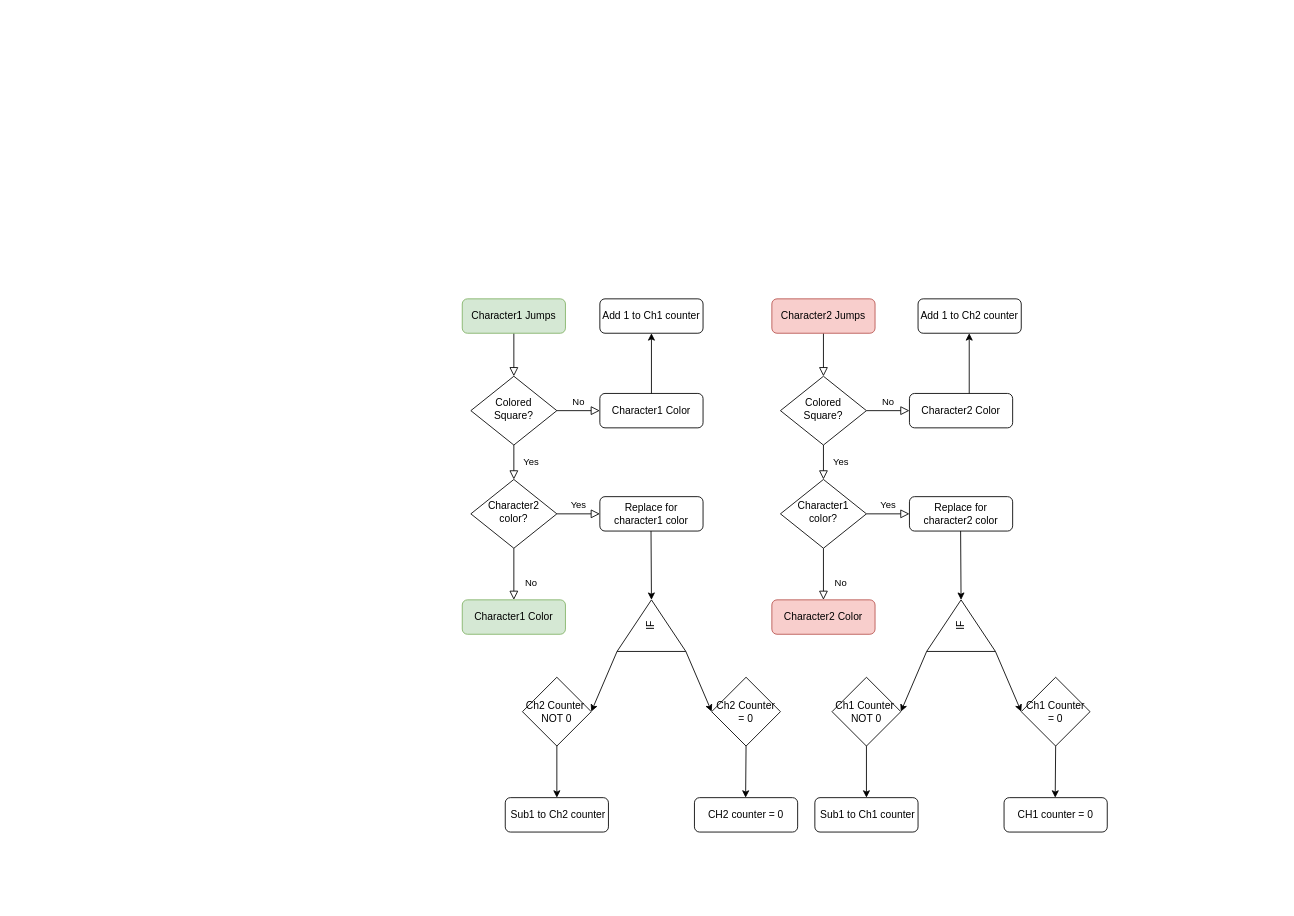
Above: Documentacao/Fluxograma.drawio in VanessaRieven/UnityPersonalProjects (draw.io), before the change. Source tidied: cells renumbered, new cells numbered last; positions are measured from the earlier drawing's top-left corner, leaving out a move shared by most shapes. Both pictures are drawn from the tidied source at 86%, with x=0, y=0 at pixel (462, 298).
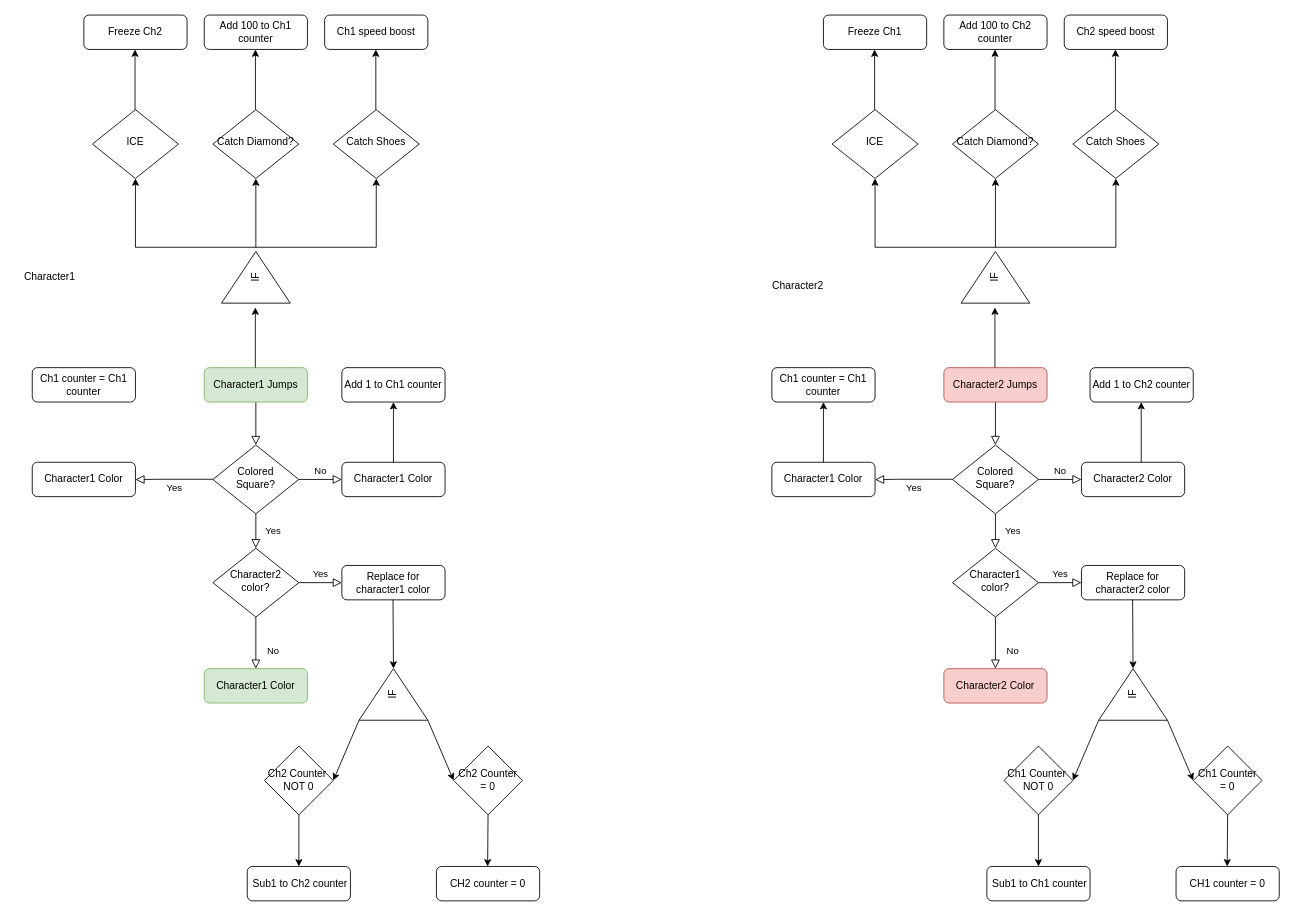
The same page after the edit.

Change to the diagram source:
```diff
@@
     <mxCell id="3" value="Character1 Jumps" style="rounded=1;whiteSpace=wrap;html=1;fontSize=12;glass=0;strokeWidth=1;shadow=0;fillColor=#d5e8d4;strokeColor=#82b366;" parent="1" vertex="1">
-      <mxGeometry width="120" height="40" as="geometry" />
+      <mxGeometry x="-300" y="80" width="120" height="40" as="geometry" />
     </mxCell>
@@
     <mxCell id="6" value="Colored Square?" style="rhombus;whiteSpace=wrap;html=1;shadow=0;fontFamily=Helvetica;fontSize=12;align=center;strokeWidth=1;spacing=6;spacingTop=-4;" parent="1" vertex="1">
-      <mxGeometry x="10" y="90" width="100" height="80" as="geometry" />
+      <mxGeometry x="-290" y="170" width="100" height="80" as="geometry" />
     </mxCell>
     <mxCell id="7" value="Character1 Color" style="rounded=1;whiteSpace=wrap;html=1;fontSize=12;glass=0;strokeWidth=1;shadow=0;" parent="1" vertex="1">
-      <mxGeometry x="160" y="110" width="120" height="40" as="geometry" />
+      <mxGeometry x="-140" y="190" width="120" height="40" as="geometry" />
     </mxCell>
@@
     <mxCell id="10" value="Character2 color?" style="rhombus;whiteSpace=wrap;html=1;shadow=0;fontFamily=Helvetica;fontSize=12;align=center;strokeWidth=1;spacing=6;spacingTop=-4;" parent="1" vertex="1">
-      <mxGeometry x="10" y="210" width="100" height="80" as="geometry" />
+      <mxGeometry x="-290" y="290" width="100" height="80" as="geometry" />
     </mxCell>
     <mxCell id="11" value="Character1 Color" style="rounded=1;whiteSpace=wrap;html=1;fontSize=12;glass=0;strokeWidth=1;shadow=0;fillColor=#d5e8d4;strokeColor=#82b366;" parent="1" vertex="1">
-      <mxGeometry y="350" width="120" height="40" as="geometry" />
+      <mxGeometry x="-300" y="430" width="120" height="40" as="geometry" />
     </mxCell>
     <mxCell id="12" value="Replace for character1 color" style="rounded=1;whiteSpace=wrap;html=1;fontSize=12;glass=0;strokeWidth=1;shadow=0;" parent="1" vertex="1">
-      <mxGeometry x="160" y="230" width="120" height="40" as="geometry" />
+      <mxGeometry x="-140" y="310" width="120" height="40" as="geometry" />
     </mxCell>
@@
     <mxCell id="14" value="Character2 Jumps" style="rounded=1;whiteSpace=wrap;html=1;fontSize=12;glass=0;strokeWidth=1;shadow=0;fillColor=#f8cecc;strokeColor=#b85450;" parent="1" vertex="1">
-      <mxGeometry x="360" width="120" height="40" as="geometry" />
+      <mxGeometry x="560" y="80" width="120" height="40" as="geometry" />
     </mxCell>
@@
     <mxCell id="17" value="Colored Square?" style="rhombus;whiteSpace=wrap;html=1;shadow=0;fontFamily=Helvetica;fontSize=12;align=center;strokeWidth=1;spacing=6;spacingTop=-4;" parent="1" vertex="1">
-      <mxGeometry x="370" y="90" width="100" height="80" as="geometry" />
+      <mxGeometry x="570" y="170" width="100" height="80" as="geometry" />
     </mxCell>
     <mxCell id="18" value="Character2 Color" style="rounded=1;whiteSpace=wrap;html=1;fontSize=12;glass=0;strokeWidth=1;shadow=0;" parent="1" vertex="1">
-      <mxGeometry x="520" y="110" width="120" height="40" as="geometry" />
+      <mxGeometry x="720" y="190" width="120" height="40" as="geometry" />
     </mxCell>
@@
     <mxCell id="21" value="Character1 color?" style="rhombus;whiteSpace=wrap;html=1;shadow=0;fontFamily=Helvetica;fontSize=12;align=center;strokeWidth=1;spacing=6;spacingTop=-4;" parent="1" vertex="1">
-      <mxGeometry x="370" y="210" width="100" height="80" as="geometry" />
+      <mxGeometry x="570" y="290" width="100" height="80" as="geometry" />
     </mxCell>
     <mxCell id="22" value="Character2 Color" style="rounded=1;whiteSpace=wrap;html=1;fontSize=12;glass=0;strokeWidth=1;shadow=0;fillColor=#f8cecc;strokeColor=#b85450;" parent="1" vertex="1">
-      <mxGeometry x="360" y="350" width="120" height="40" as="geometry" />
+      <mxGeometry x="560" y="430" width="120" height="40" as="geometry" />
     </mxCell>
     <mxCell id="23" value="Replace for character2 color" style="rounded=1;whiteSpace=wrap;html=1;fontSize=12;glass=0;strokeWidth=1;shadow=0;" parent="1" vertex="1">
-      <mxGeometry x="520" y="230" width="120" height="40" as="geometry" />
+      <mxGeometry x="720" y="310" width="120" height="40" as="geometry" />
     </mxCell>
     <mxCell id="24" style="endArrow=classic;html=1;rounded=0;" parent="1" edge="1">
       <mxGeometry relative="1" as="geometry">
-        <mxPoint x="220" y="110" as="sourcePoint" />
-        <mxPoint x="220" y="40" as="targetPoint" />
+        <mxPoint x="-80" y="190" as="sourcePoint" />
+        <mxPoint x="-80" y="120" as="targetPoint" />
       </mxGeometry>
     </mxCell>
     <mxCell id="25" value="Add 1 to Ch1 counter" style="rounded=1;whiteSpace=wrap;html=1;" parent="1" vertex="1">
-      <mxGeometry x="160" width="120" height="40" as="geometry" />
+      <mxGeometry x="-140" y="80" width="120" height="40" as="geometry" />
     </mxCell>
     <mxCell id="26" value="Add 1 to Ch2 counter" style="rounded=1;whiteSpace=wrap;html=1;" parent="1" vertex="1">
-      <mxGeometry x="530" width="120" height="40" as="geometry" />
+      <mxGeometry x="730" y="80" width="120" height="40" as="geometry" />
     </mxCell>
     <mxCell id="27" style="endArrow=classic;html=1;rounded=0;" parent="1" edge="1">
       <mxGeometry relative="1" as="geometry">
-        <mxPoint x="589.5" y="110" as="sourcePoint" />
-        <mxPoint x="589.5" y="40" as="targetPoint" />
+        <mxPoint x="789.5" y="190" as="sourcePoint" />
+        <mxPoint x="789.5" y="120" as="targetPoint" />
       </mxGeometry>
     </mxCell>
     <mxCell id="28" value="&amp;nbsp;Sub1 to Ch1 counter" style="rounded=1;whiteSpace=wrap;html=1;" parent="1" vertex="1">
-      <mxGeometry x="410" y="580" width="120" height="40" as="geometry" />
+      <mxGeometry x="610" y="660" width="120" height="40" as="geometry" />
     </mxCell>
     <mxCell id="29" style="endArrow=classic;html=1;rounded=0;" parent="1" edge="1">
       <mxGeometry relative="1" as="geometry">
-        <mxPoint x="579.5" y="270" as="sourcePoint" />
-        <mxPoint x="580" y="350" as="targetPoint" />
+        <mxPoint x="779.5" y="350" as="sourcePoint" />
+        <mxPoint x="780" y="430" as="targetPoint" />
       </mxGeometry>
     </mxCell>
     <mxCell id="30" value="IF" style="triangle;whiteSpace=wrap;html=1;rotation=-90;" parent="1" vertex="1">
-      <mxGeometry x="550" y="340" width="60" height="80" as="geometry" />
+      <mxGeometry x="750" y="420" width="60" height="80" as="geometry" />
     </mxCell>
     <mxCell id="31" style="endArrow=classic;html=1;rounded=0;entryX=0;entryY=0.5;entryDx=0;entryDy=0;" parent="1" edge="1" target="32">
       <mxGeometry relative="1" as="geometry">
-        <mxPoint x="620" y="410" as="sourcePoint" />
+        <mxPoint x="820" y="490" as="sourcePoint" />
       </mxGeometry>
     </mxCell>
     <mxCell id="32" value="Ch1 Counter = 0" style="rhombus;whiteSpace=wrap;html=1;" parent="1" vertex="1">
-      <mxGeometry x="650" y="440" width="80" height="80" as="geometry" />
+      <mxGeometry x="850" y="520" width="80" height="80" as="geometry" />
     </mxCell>
     <mxCell id="33" style="endArrow=classic;html=1;rounded=0;exitX=0.5;exitY=1;exitDx=0;exitDy=0;" parent="1" edge="1" source="32">
       <mxGeometry relative="1" as="geometry">
-        <mxPoint x="689.5" y="580" as="targetPoint" />
+        <mxPoint x="889.5" y="660" as="targetPoint" />
       </mxGeometry>
     </mxCell>
     <mxCell id="34" value="CH1 counter = 0" style="rounded=1;whiteSpace=wrap;html=1;" parent="1" vertex="1">
-      <mxGeometry x="630" y="580" width="120" height="40" as="geometry" />
+      <mxGeometry x="830" y="660" width="120" height="40" as="geometry" />
     </mxCell>
     <mxCell id="35" value="Ch1 Counter&amp;nbsp; NOT 0" style="rhombus;whiteSpace=wrap;html=1;" parent="1" vertex="1">
-      <mxGeometry x="430" y="440" width="80" height="80" as="geometry" />
+      <mxGeometry x="630" y="520" width="80" height="80" as="geometry" />
     </mxCell>
     <mxCell id="36" style="endArrow=classic;html=1;rounded=0;entryX=1;entryY=0.5;entryDx=0;entryDy=0;" parent="1" edge="1" target="35">
       <mxGeometry relative="1" as="geometry">
-        <mxPoint x="540" y="410" as="sourcePoint" />
+        <mxPoint x="740" y="490" as="sourcePoint" />
       </mxGeometry>
     </mxCell>
     <mxCell id="37" style="endArrow=classic;html=1;rounded=0;exitX=0.5;exitY=1;exitDx=0;exitDy=0;" parent="1" edge="1" source="35">
       <mxGeometry relative="1" as="geometry">
-        <mxPoint x="470" y="580" as="targetPoint" />
+        <mxPoint x="670" y="660" as="targetPoint" />
       </mxGeometry>
     </mxCell>
     <mxCell id="38" style="endArrow=classic;html=1;rounded=0;" parent="1" edge="1">
       <mxGeometry relative="1" as="geometry">
-        <mxPoint x="219.5" y="270" as="sourcePoint" />
-        <mxPoint x="220" y="350" as="targetPoint" />
+        <mxPoint x="-80.5" y="350" as="sourcePoint" />
+        <mxPoint x="-80" y="430" as="targetPoint" />
       </mxGeometry>
     </mxCell>
     <mxCell id="39" value="IF" style="triangle;whiteSpace=wrap;html=1;rotation=-90;" parent="1" vertex="1">
-      <mxGeometry x="190" y="340" width="60" height="80" as="geometry" />
+      <mxGeometry x="-110" y="420" width="60" height="80" as="geometry" />
     </mxCell>
     <mxCell id="40" style="endArrow=classic;html=1;rounded=0;entryX=0;entryY=0.5;entryDx=0;entryDy=0;" parent="1" edge="1" target="41">
       <mxGeometry relative="1" as="geometry">
-        <mxPoint x="260" y="410" as="sourcePoint" />
+        <mxPoint x="-40" y="490" as="sourcePoint" />
       </mxGeometry>
     </mxCell>
     <mxCell id="41" value="Ch2 Counter = 0" style="rhombus;whiteSpace=wrap;html=1;" parent="1" vertex="1">
-      <mxGeometry x="290" y="440" width="80" height="80" as="geometry" />
+      <mxGeometry x="-10" y="520" width="80" height="80" as="geometry" />
     </mxCell>
     <mxCell id="42" style="endArrow=classic;html=1;rounded=0;exitX=0.5;exitY=1;exitDx=0;exitDy=0;" parent="1" edge="1" source="41">
       <mxGeometry relative="1" as="geometry">
-        <mxPoint x="329.5" y="580" as="targetPoint" />
+        <mxPoint x="29.5" y="660" as="targetPoint" />
       </mxGeometry>
     </mxCell>
     <mxCell id="43" value="CH2 counter = 0" style="rounded=1;whiteSpace=wrap;html=1;" parent="1" vertex="1">
-      <mxGeometry x="270" y="580" width="120" height="40" as="geometry" />
+      <mxGeometry x="-30" y="660" width="120" height="40" as="geometry" />
     </mxCell>
     <mxCell id="44" style="endArrow=classic;html=1;rounded=0;entryX=1;entryY=0.5;entryDx=0;entryDy=0;" parent="1" edge="1">
       <mxGeometry relative="1" as="geometry">
-        <mxPoint x="180" y="410" as="sourcePoint" />
-        <mxPoint x="150" y="480" as="targetPoint" />
+        <mxPoint x="-120" y="490" as="sourcePoint" />
+        <mxPoint x="-150" y="560" as="targetPoint" />
       </mxGeometry>
     </mxCell>
     <mxCell id="45" style="endArrow=classic;html=1;rounded=0;" parent="1" edge="1">
       <mxGeometry relative="1" as="geometry">
-        <mxPoint x="110" y="510" as="sourcePoint" />
-        <mxPoint x="110" y="580" as="targetPoint" />
+        <mxPoint x="-190" y="590" as="sourcePoint" />
+        <mxPoint x="-190" y="660" as="targetPoint" />
       </mxGeometry>
     </mxCell>
     <mxCell id="46" value="Ch2 Counter&amp;nbsp; NOT 0" style="rhombus;whiteSpace=wrap;html=1;" parent="1" vertex="1">
-      <mxGeometry x="70" y="440" width="80" height="80" as="geometry" />
+      <mxGeometry x="-230" y="520" width="80" height="80" as="geometry" />
     </mxCell>
     <mxCell id="47" value="&amp;nbsp;Sub1 to Ch2 counter" style="rounded=1;whiteSpace=wrap;html=1;" parent="1" vertex="1">
-      <mxGeometry x="50" y="580" width="120" height="40" as="geometry" />
+      <mxGeometry x="-250" y="660" width="120" height="40" as="geometry" />
     </mxCell>
+    <mxCell id="48" value="Yes" style="edgeStyle=orthogonalEdgeStyle;rounded=0;html=1;jettySize=auto;orthogonalLoop=1;fontSize=11;endArrow=block;endFill=0;endSize=8;strokeWidth=1;shadow=0;labelBackgroundColor=none;" parent="1" edge="1">
+      <mxGeometry y="10" relative="1" as="geometry">
+        <mxPoint x="-290" y="209.8" as="sourcePoint" />
+        <mxPoint x="-380" y="210.2" as="targetPoint" />
+        <Array as="points">
+          <mxPoint x="-355" y="209.2" />
+          <mxPoint x="-380" y="210.2" />
+        </Array>
+      </mxGeometry>
+    </mxCell>
+    <mxCell id="49" value="Character1 Color" style="rounded=1;whiteSpace=wrap;html=1;fontSize=12;glass=0;strokeWidth=1;shadow=0;" parent="1" vertex="1">
+      <mxGeometry x="-500" y="190" width="120" height="40" as="geometry" />
+    </mxCell>
+    <mxCell id="50" value="Ch1 counter = Ch1 counter" style="rounded=1;whiteSpace=wrap;html=1;" parent="1" vertex="1">
+      <mxGeometry x="-500" y="80" width="120" height="40" as="geometry" />
+    </mxCell>
+    <mxCell id="51" value="Yes" style="edgeStyle=orthogonalEdgeStyle;rounded=0;html=1;jettySize=auto;orthogonalLoop=1;fontSize=11;endArrow=block;endFill=0;endSize=8;strokeWidth=1;shadow=0;labelBackgroundColor=none;" parent="1" edge="1">
+      <mxGeometry y="10" relative="1" as="geometry">
+        <mxPoint x="570" y="209.8" as="sourcePoint" />
+        <mxPoint x="480" y="210.2" as="targetPoint" />
+        <Array as="points">
+          <mxPoint x="505" y="209.2" />
+          <mxPoint x="480" y="210.2" />
+        </Array>
+      </mxGeometry>
+    </mxCell>
+    <mxCell id="52" value="Character1 Color" style="rounded=1;whiteSpace=wrap;html=1;fontSize=12;glass=0;strokeWidth=1;shadow=0;" parent="1" vertex="1">
+      <mxGeometry x="360" y="190" width="120" height="40" as="geometry" />
+    </mxCell>
+    <mxCell id="53" style="endArrow=classic;html=1;rounded=0;" parent="1" edge="1">
+      <mxGeometry relative="1" as="geometry">
+        <mxPoint x="420" y="190" as="sourcePoint" />
+        <mxPoint x="420" y="120" as="targetPoint" />
+      </mxGeometry>
+    </mxCell>
+    <mxCell id="54" value="Ch1 counter = Ch1 counter" style="rounded=1;whiteSpace=wrap;html=1;" parent="1" vertex="1">
+      <mxGeometry x="360" y="80" width="120" height="40" as="geometry" />
+    </mxCell>
+    <mxCell id="55" value="Character1" style="text;html=1;align=center;verticalAlign=middle;strokeColor=none;fillColor=none;" parent="1" vertex="1">
+      <mxGeometry x="-520" y="-40" width="80" height="30" as="geometry" />
+    </mxCell>
+    <mxCell id="56" value="Character2" style="text;html=1;align=center;verticalAlign=middle;strokeColor=none;fillColor=none;" parent="1" vertex="1">
+      <mxGeometry x="350" y="-30" width="80" height="30" as="geometry" />
+    </mxCell>
+    <mxCell id="57" style="endArrow=classic;html=1;rounded=0;" parent="1" edge="1">
+      <mxGeometry relative="1" as="geometry">
+        <mxPoint x="619.4" y="80" as="sourcePoint" />
+        <mxPoint x="619.4" y="10" as="targetPoint" />
+      </mxGeometry>
+    </mxCell>
+    <mxCell id="58" value="IF" style="triangle;whiteSpace=wrap;html=1;rotation=-90;" parent="1" vertex="1">
+      <mxGeometry x="590" y="-65" width="60" height="80" as="geometry" />
+    </mxCell>
+    <mxCell id="59" style="endArrow=classic;startArrow=classic;html=1;rounded=0;" parent="1" edge="1">
+      <mxGeometry relative="1" as="geometry">
+        <mxPoint x="480" y="-140" as="sourcePoint" />
+        <mxPoint x="760" y="-140" as="targetPoint" />
+        <Array as="points">
+          <mxPoint x="480" y="-60" />
+          <mxPoint x="760" y="-60" />
+        </Array>
+      </mxGeometry>
+    </mxCell>
+    <mxCell id="60" style="endArrow=classic;html=1;rounded=0;" parent="1" edge="1">
+      <mxGeometry relative="1" as="geometry">
+        <mxPoint x="620" y="-60" as="sourcePoint" />
+        <mxPoint x="620" y="-140" as="targetPoint" />
+      </mxGeometry>
+    </mxCell>
+    <mxCell id="61" value="ICE" style="rhombus;whiteSpace=wrap;html=1;shadow=0;fontFamily=Helvetica;fontSize=12;align=center;strokeWidth=1;spacing=6;spacingTop=-4;" parent="1" vertex="1">
+      <mxGeometry x="430" y="-220" width="100" height="80" as="geometry" />
+    </mxCell>
+    <mxCell id="62" value="Catch Diamond?" style="rhombus;whiteSpace=wrap;html=1;shadow=0;fontFamily=Helvetica;fontSize=12;align=center;strokeWidth=1;spacing=6;spacingTop=-4;" parent="1" vertex="1">
+      <mxGeometry x="570" y="-220" width="100" height="80" as="geometry" />
+    </mxCell>
+    <mxCell id="63" value="Add 100 to Ch2 counter" style="rounded=1;whiteSpace=wrap;html=1;" parent="1" vertex="1">
+      <mxGeometry x="560" y="-330" width="120" height="40" as="geometry" />
+    </mxCell>
+    <mxCell id="64" style="endArrow=classic;html=1;rounded=0;" parent="1" edge="1">
+      <mxGeometry relative="1" as="geometry">
+        <mxPoint x="619.5" y="-220" as="sourcePoint" />
+        <mxPoint x="619.5" y="-290" as="targetPoint" />
+      </mxGeometry>
+    </mxCell>
+    <mxCell id="65" value="Freeze Ch1" style="rounded=1;whiteSpace=wrap;html=1;" parent="1" vertex="1">
+      <mxGeometry x="420" y="-330" width="120" height="40" as="geometry" />
+    </mxCell>
+    <mxCell id="66" style="endArrow=classic;html=1;rounded=0;" parent="1" edge="1">
+      <mxGeometry relative="1" as="geometry">
+        <mxPoint x="479.5" y="-220" as="sourcePoint" />
+        <mxPoint x="479.5" y="-290" as="targetPoint" />
+      </mxGeometry>
+    </mxCell>
+    <mxCell id="67" value="Catch Shoes" style="rhombus;whiteSpace=wrap;html=1;shadow=0;fontFamily=Helvetica;fontSize=12;align=center;strokeWidth=1;spacing=6;spacingTop=-4;" parent="1" vertex="1">
+      <mxGeometry x="710" y="-220" width="100" height="80" as="geometry" />
+    </mxCell>
+    <mxCell id="68" value="Ch2 speed boost" style="rounded=1;whiteSpace=wrap;html=1;" parent="1" vertex="1">
+      <mxGeometry x="700" y="-330" width="120" height="40" as="geometry" />
+    </mxCell>
+    <mxCell id="69" style="endArrow=classic;html=1;rounded=0;" parent="1" edge="1">
+      <mxGeometry relative="1" as="geometry">
+        <mxPoint x="759.5" y="-220" as="sourcePoint" />
+        <mxPoint x="759.5" y="-290" as="targetPoint" />
+      </mxGeometry>
+    </mxCell>
+    <mxCell id="70" style="endArrow=classic;html=1;rounded=0;" parent="1" edge="1">
+      <mxGeometry relative="1" as="geometry">
+        <mxPoint x="-240.6" y="80" as="sourcePoint" />
+        <mxPoint x="-240.6" y="10" as="targetPoint" />
+      </mxGeometry>
+    </mxCell>
+    <mxCell id="71" value="IF" style="triangle;whiteSpace=wrap;html=1;rotation=-90;" parent="1" vertex="1">
+      <mxGeometry x="-270" y="-65" width="60" height="80" as="geometry" />
+    </mxCell>
+    <mxCell id="72" style="endArrow=classic;startArrow=classic;html=1;rounded=0;" parent="1" edge="1">
+      <mxGeometry relative="1" as="geometry">
+        <mxPoint x="-380" y="-140" as="sourcePoint" />
+        <mxPoint x="-100" y="-140" as="targetPoint" />
+        <Array as="points">
+          <mxPoint x="-380" y="-60" />
+          <mxPoint x="-100" y="-60" />
+        </Array>
+      </mxGeometry>
+    </mxCell>
+    <mxCell id="73" style="endArrow=classic;html=1;rounded=0;" parent="1" edge="1">
+      <mxGeometry relative="1" as="geometry">
+        <mxPoint x="-240" y="-60" as="sourcePoint" />
+        <mxPoint x="-240" y="-140" as="targetPoint" />
+      </mxGeometry>
+    </mxCell>
+    <mxCell id="74" value="ICE" style="rhombus;whiteSpace=wrap;html=1;shadow=0;fontFamily=Helvetica;fontSize=12;align=center;strokeWidth=1;spacing=6;spacingTop=-4;" parent="1" vertex="1">
+      <mxGeometry x="-430" y="-220" width="100" height="80" as="geometry" />
+    </mxCell>
+    <mxCell id="75" value="Catch Diamond?" style="rhombus;whiteSpace=wrap;html=1;shadow=0;fontFamily=Helvetica;fontSize=12;align=center;strokeWidth=1;spacing=6;spacingTop=-4;" parent="1" vertex="1">
+      <mxGeometry x="-290" y="-220" width="100" height="80" as="geometry" />
+    </mxCell>
+    <mxCell id="76" value="Add 100 to Ch1 counter" style="rounded=1;whiteSpace=wrap;html=1;" parent="1" vertex="1">
+      <mxGeometry x="-300" y="-330" width="120" height="40" as="geometry" />
+    </mxCell>
+    <mxCell id="77" style="endArrow=classic;html=1;rounded=0;" parent="1" edge="1">
+      <mxGeometry relative="1" as="geometry">
+        <mxPoint x="-240.5" y="-220" as="sourcePoint" />
+        <mxPoint x="-240.5" y="-290" as="targetPoint" />
+      </mxGeometry>
+    </mxCell>
+    <mxCell id="78" value="Freeze Ch2" style="rounded=1;whiteSpace=wrap;html=1;" parent="1" vertex="1">
+      <mxGeometry x="-440" y="-330" width="120" height="40" as="geometry" />
+    </mxCell>
+    <mxCell id="79" style="endArrow=classic;html=1;rounded=0;" parent="1" edge="1">
+      <mxGeometry relative="1" as="geometry">
+        <mxPoint x="-380.5" y="-220" as="sourcePoint" />
+        <mxPoint x="-380.5" y="-290" as="targetPoint" />
+      </mxGeometry>
+    </mxCell>
+    <mxCell id="80" value="Catch Shoes" style="rhombus;whiteSpace=wrap;html=1;shadow=0;fontFamily=Helvetica;fontSize=12;align=center;strokeWidth=1;spacing=6;spacingTop=-4;" parent="1" vertex="1">
+      <mxGeometry x="-150" y="-220" width="100" height="80" as="geometry" />
+    </mxCell>
+    <mxCell id="81" value="Ch1 speed boost" style="rounded=1;whiteSpace=wrap;html=1;" parent="1" vertex="1">
+      <mxGeometry x="-160" y="-330" width="120" height="40" as="geometry" />
+    </mxCell>
+    <mxCell id="82" style="endArrow=classic;html=1;rounded=0;" parent="1" edge="1">
+      <mxGeometry relative="1" as="geometry">
+        <mxPoint x="-100.5" y="-220" as="sourcePoint" />
+        <mxPoint x="-100.5" y="-290" as="targetPoint" />
+      </mxGeometry>
+    </mxCell>
```
